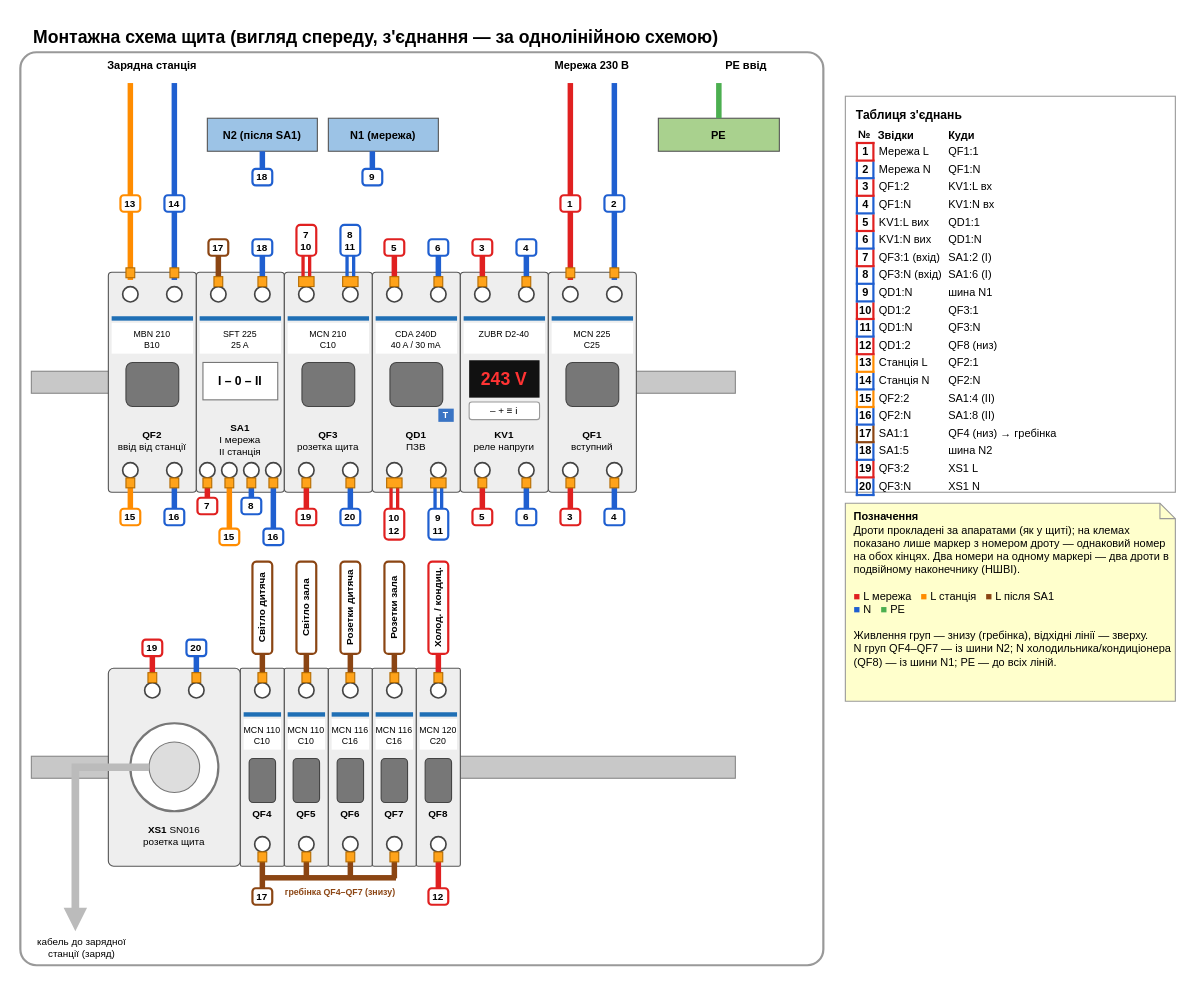
bagbkaf1n/Claude keeps this draw.io diagram as page "Монтажна схема" (3 of 3) of electrical-panel/shchyt.drawio. Above is the earlier version. Source tidied: cells renumbered, new cells numbered last; positions are measured from the earlier drawing's top-left corner, leaving out a move shared by most shapes. Both pictures are drawn from the tidied source at 110%, with x=0, y=0 at pixel (20, 19).
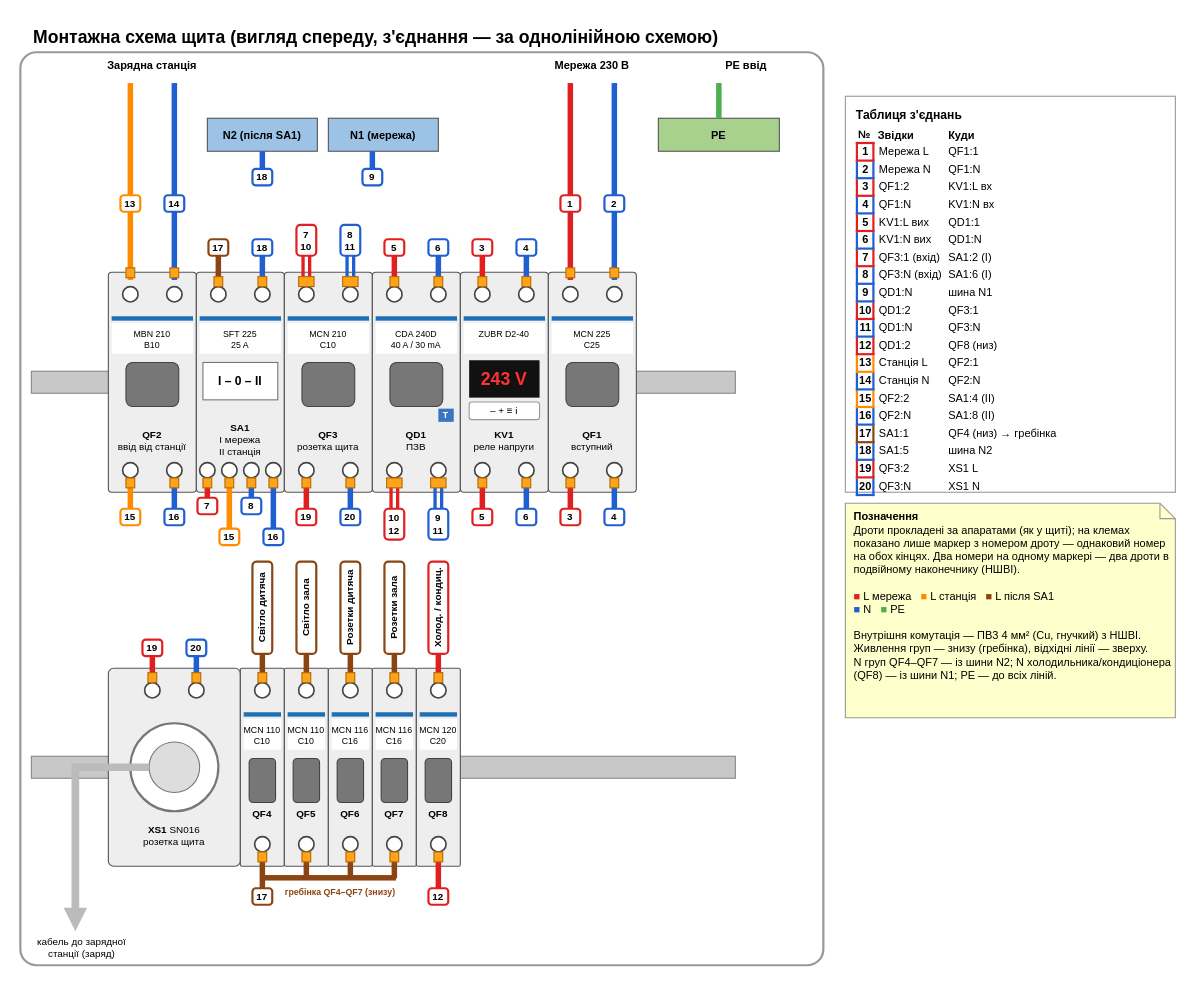
The same page after the edit.

What changed in the source:
```diff
@@
-    <mxCell id="237" value="&lt;b&gt;Позначення&lt;/b&gt;&lt;br&gt;Дроти прокладені за апаратами (як у щиті); на клемах показано лише маркер з номером дроту — однаковий номер на обох кінцях. Два номери на одному маркері — два дроти в подвійному наконечнику (НШВІ).&lt;br&gt;&lt;br&gt;&lt;font color='#e02020'&gt;■&lt;/font&gt; L мережа &amp;nbsp; &lt;font color='#ff8c00'&gt;■&lt;/font&gt; L станція &amp;nbsp; &lt;font color='#8b4513'&gt;■&lt;/font&gt; L після SA1&lt;br&gt;&lt;font color='#1f5fd0'&gt;■&lt;/font&gt; N &amp;nbsp; &lt;font color='#4caf50'&gt;■&lt;/font&gt; PE&lt;br&gt;&lt;br&gt;Живлення груп — знизу (гребінка), відхідні лінії — зверху.&lt;br&gt;N груп QF4–QF7 — із шини N2; N холодильника/кондиціонера (QF8) — із шини N1; PE — до всіх ліній." style="rounded=0;whiteSpace=wrap;html=1;fontSize=11;fontColor=#000000;shape=note;size=14;fillColor=#ffffcc;strokeColor=#999999;align=left;verticalAlign=top;spacingLeft=6;fontSize=10;" parent="1" vertex="1">
-      <mxGeometry x="750" y="440" width="300" height="180" as="geometry" />
+    <mxCell id="237" value="&lt;b&gt;Позначення&lt;/b&gt;&lt;br&gt;Дроти прокладені за апаратами (як у щиті); на клемах показано лише маркер з номером дроту — однаковий номер на обох кінцях. Два номери на одному маркері — два дроти в подвійному наконечнику (НШВІ).&lt;br&gt;&lt;br&gt;&lt;font color='#e02020'&gt;■&lt;/font&gt; L мережа &amp;nbsp; &lt;font color='#ff8c00'&gt;■&lt;/font&gt; L станція &amp;nbsp; &lt;font color='#8b4513'&gt;■&lt;/font&gt; L після SA1&lt;br&gt;&lt;font color='#1f5fd0'&gt;■&lt;/font&gt; N &amp;nbsp; &lt;font color='#4caf50'&gt;■&lt;/font&gt; PE&lt;br&gt;&lt;br&gt;Внутрішня комутація — ПВ3 4 мм² (Cu, гнучкий) з НШВІ.&lt;br&gt;Живлення груп — знизу (гребінка), відхідні лінії — зверху.&lt;br&gt;N груп QF4–QF7 — із шини N2; N холодильника/кондиціонера (QF8) — із шини N1; PE — до всіх ліній." style="rounded=0;whiteSpace=wrap;html=1;fontSize=11;fontColor=#000000;shape=note;size=14;fillColor=#ffffcc;strokeColor=#999999;align=left;verticalAlign=top;spacingLeft=6;fontSize=10;" parent="1" vertex="1">
+      <mxGeometry x="750" y="440" width="300" height="195" as="geometry" />
     </mxCell>
```
